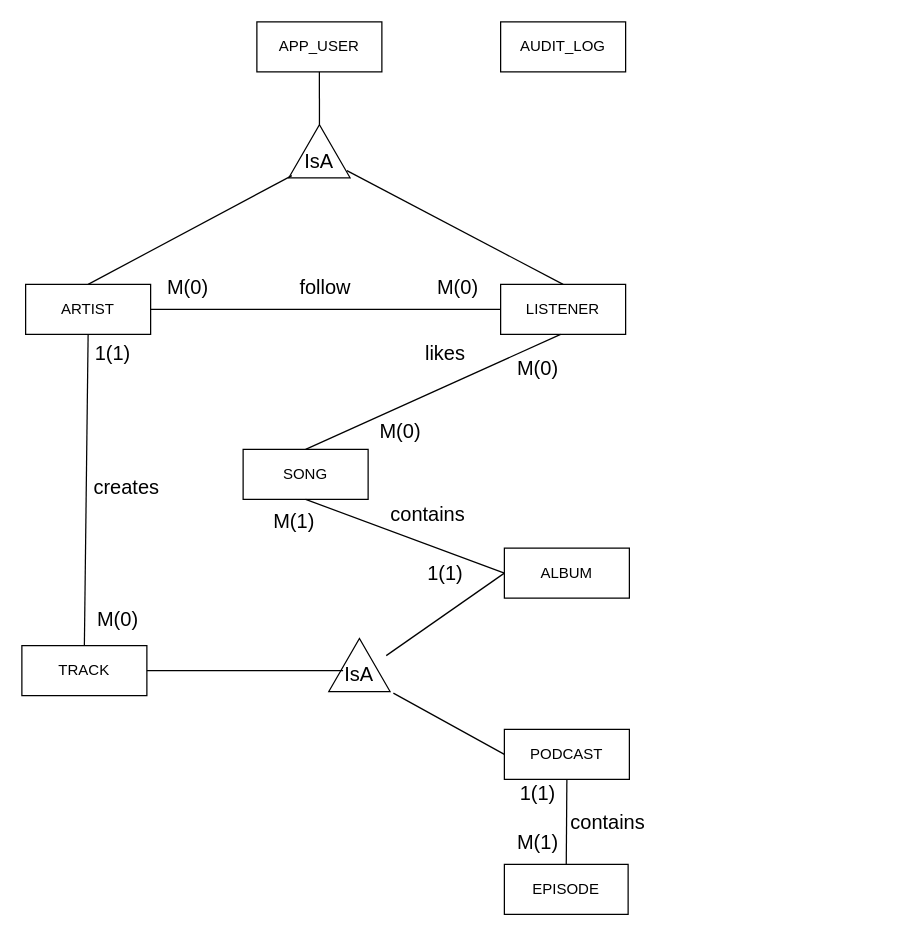
The draw.io diagram page "E/R Diagram" (1 of 2) of Music-App.drawio in Matoka26/Music-App, before the edit. Source tidied: cells renumbered, new cells numbered last; positions are measured from the earlier drawing's top-left corner, leaving out a move shared by most shapes. Both pictures are drawn from the tidied source at 125%, with x=0, y=0 at pixel (21, 21).
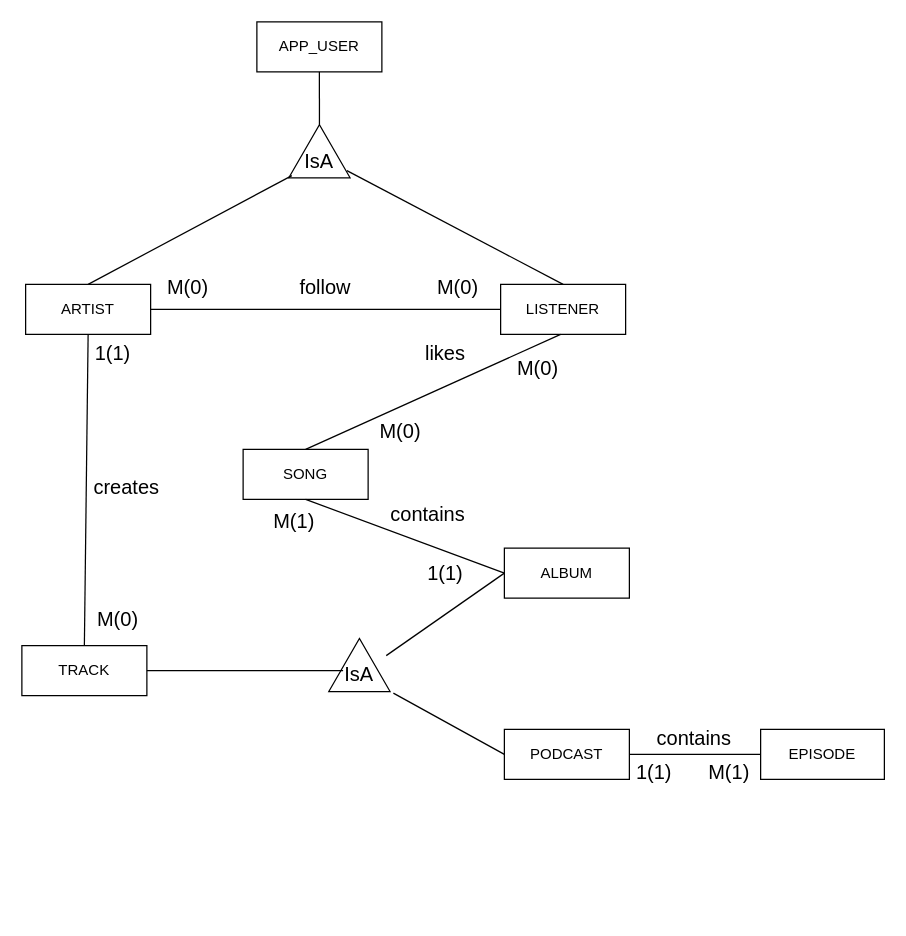
The same page after the edit.

Unchanged cells that the change refers to:
```xml
<mxCell id="11" value="PODCAST" style="whiteSpace=wrap;html=1;align=center;" parent="1" vertex="1">
  <mxGeometry x="386" y="566" width="100" height="40" as="geometry" />
</mxCell>
```

Diff of the diagram source:
```diff
@@
-    <mxCell id="3" value="AUDIT_LOG" style="whiteSpace=wrap;html=1;align=center;" parent="1" vertex="1">
-      <mxGeometry x="383" width="100" height="40" as="geometry" />
-    </mxCell>
@@
     <mxCell id="20" value="EPISODE" style="whiteSpace=wrap;html=1;align=center;" parent="1" vertex="1">
-      <mxGeometry x="386" y="674" width="99" height="40" as="geometry" />
+      <mxGeometry x="591" y="566" width="99" height="40" as="geometry" />
     </mxCell>
@@
     <mxCell id="24" value="contains" style="text;html=1;align=center;verticalAlign=middle;whiteSpace=wrap;rounded=0;fontSize=16;" parent="1" vertex="1">
-      <mxGeometry x="439" y="625" width="60" height="30" as="geometry" />
+      <mxGeometry x="508" y="558" width="60" height="30" as="geometry" />
     </mxCell>
     <mxCell id="25" value="M(1)" style="text;html=1;align=center;verticalAlign=middle;whiteSpace=wrap;rounded=0;fontSize=16;" parent="1" vertex="1">
-      <mxGeometry x="383" y="641" width="60" height="30" as="geometry" />
+      <mxGeometry x="536" y="585" width="60" height="30" as="geometry" />
     </mxCell>
@@
     <mxCell id="28" value="1(1)" style="text;html=1;align=center;verticalAlign=middle;whiteSpace=wrap;rounded=0;fontSize=16;" parent="1" vertex="1">
-      <mxGeometry x="383" y="602" width="60" height="30" as="geometry" />
+      <mxGeometry x="476" y="585" width="60" height="30" as="geometry" />
     </mxCell>
@@
-    <mxCell id="37" style="endArrow=none;html=1;rounded=0;fontSize=12;startSize=8;endSize=8;curved=1;exitX=0.5;exitY=0;exitDx=0;exitDy=0;entryX=0.5;entryY=1;entryDx=0;entryDy=0;" parent="1" edge="1" source="20" target="11">
+    <mxCell id="37" style="endArrow=none;html=1;rounded=0;fontSize=12;startSize=8;endSize=8;curved=1;exitX=0;exitY=0.5;exitDx=0;exitDy=0;entryX=1;entryY=0.5;entryDx=0;entryDy=0;" parent="1" edge="1" source="20" target="11">
       <mxGeometry relative="1" as="geometry" />
     </mxCell>
```
